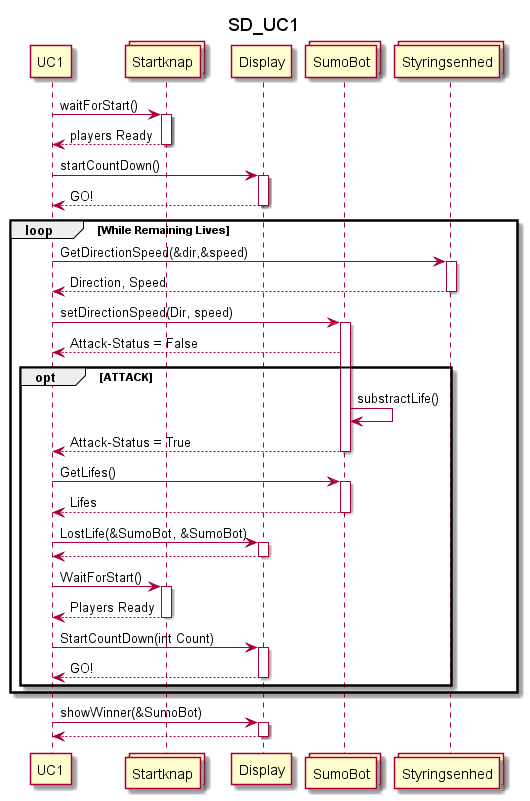
Above: Diagrammer/CentralComputer/Sekvensdiagrammer/UC1_sekvensdiagram/UC1_SD/SD_UC1.png in Solvgraa-mager/E3PRJ3 (PlantUML), before the change. Source of this version:
```plantuml
@startuml

participant UC1
collections Startknap
participant Display
collections SumoBot
collections Styringsenhed

title SD_UC1

UC1 -> Startknap: waitForStart()
activate Startknap
UC1 <-- Startknap: players Ready
deactivate Startknap
UC1 -> Display: startCountDown()
activate Display
UC1 <-- Display: GO!
deactivate Display
loop While Remaining Lives
    UC1 -> Styringsenhed: GetDirectionSpeed(&dir,&speed)
    activate Styringsenhed
    UC1 <-- Styringsenhed: Direction, Speed
    deactivate Styringsenhed
    UC1 -> SumoBot: setDirectionSpeed(Dir, speed)
    activate SumoBot
    UC1 <-- SumoBot: Attack-Status = False
    opt ATTACK
        SumoBot -> SumoBot : substractLife()
        UC1 <-- SumoBot: Attack-Status = True
        deactivate SumoBot
        UC1 -> SumoBot : GetLifes()
        activate SumoBot
        SumoBot --> UC1 : Lifes
        deactivate SumoBot
        UC1 -> Display : LostLife(&SumoBot, &SumoBot)
        activate Display
        Display --> UC1 :
        deactivate Display
        UC1 -> Startknap : WaitForStart()
        activate Startknap
        Startknap --> UC1 : Players Ready
        deactivate Startknap
        UC1 -> Display : StartCountDown(int Count)
        activate Display
        Display --> UC1 : GO!
        deactivate Display
    end opt
end loop
        UC1 -> Display : showWinner(&SumoBot)
        activate Display
        Display --> UC1 :
        deactivate Display
@enduml
```
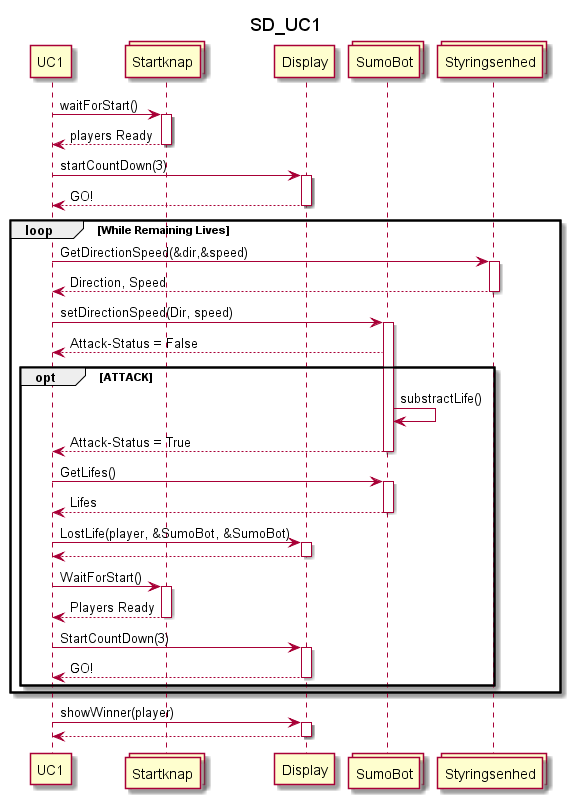
Above is the later version.

The edit, as a diff of the source:
```diff
@@ -12,7 +12,7 @@
 activate Startknap
 UC1 <-- Startknap: players Ready
 deactivate Startknap
-UC1 -> Display: startCountDown()
+UC1 -> Display: startCountDown(3)
 activate Display
 UC1 <-- Display: GO!
 deactivate Display
@@ -32,7 +32,7 @@
         activate SumoBot
         SumoBot --> UC1 : Lifes
         deactivate SumoBot
-        UC1 -> Display : LostLife(&SumoBot, &SumoBot)
+        UC1 -> Display : LostLife(player, &SumoBot, &SumoBot)
         activate Display
         Display --> UC1 :
         deactivate Display
@@ -40,13 +40,13 @@
         activate Startknap
         Startknap --> UC1 : Players Ready
         deactivate Startknap
-        UC1 -> Display : StartCountDown(int Count)
+        UC1 -> Display : StartCountDown(3)
         activate Display
         Display --> UC1 : GO!
         deactivate Display
     end opt
 end loop
-        UC1 -> Display : showWinner(&SumoBot)
+        UC1 -> Display : showWinner(player)
         activate Display
         Display --> UC1 :
         deactivate Display
```
